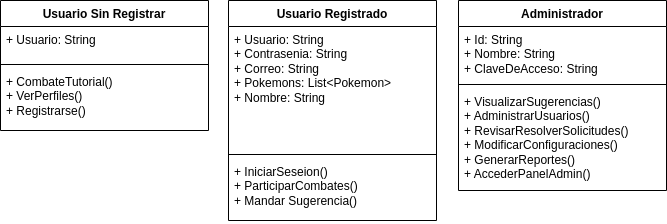
diego-febles-seoane/pk-game keeps this draw.io diagram as diagramas/Diagrama sin título.drawio.png. Above is the earlier version. Source tidied: cells renumbered, new cells last; positions are measured from the earlier drawing's top-left corner, leaving out a move shared by most shapes.
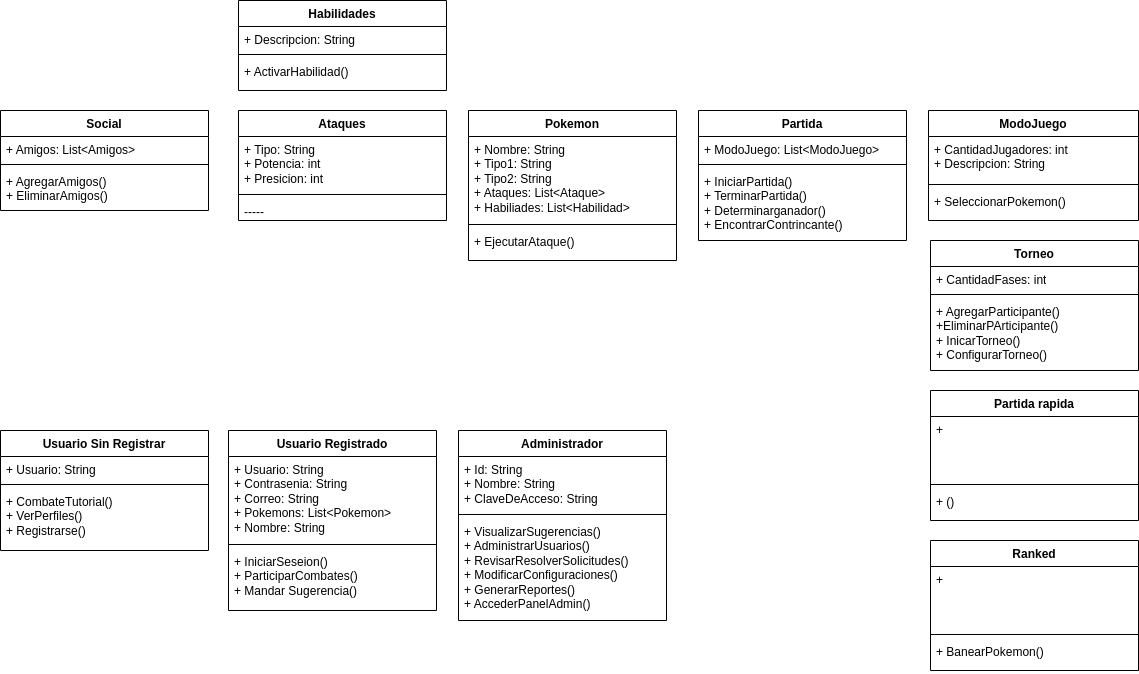
Later version of the same file.

Diff of the diagram source:
```diff
@@ -3,28 +3,28 @@
     <mxCell id="0" />
     <mxCell id="1" parent="0" />
     <mxCell id="2" value="Usuario Sin Registrar" style="swimlane;fontStyle=1;align=center;verticalAlign=top;horizontal=1;startSize=26;whiteSpace=wrap;html=1;" parent="1" vertex="1">
-      <mxGeometry width="208" height="130" as="geometry" />
+      <mxGeometry width="208" height="120" as="geometry" />
     </mxCell>
     <mxCell id="3" value="+ Usuario: String&lt;div&gt;&lt;br&gt;&lt;/div&gt;" style="text;strokeColor=none;fillColor=none;align=left;verticalAlign=top;spacingLeft=4;spacingRight=4;overflow=hidden;whiteSpace=wrap;html=1;" parent="2" vertex="1">
-      <mxGeometry y="26" width="208" height="34" as="geometry" />
+      <mxGeometry y="26" width="208" height="24" as="geometry" />
     </mxCell>
     <mxCell id="4" style="line;strokeWidth=1;fillColor=none;align=left;verticalAlign=middle;spacingTop=-1;spacingLeft=3;spacingRight=3;labelPosition=right;strokeColor=inherit;" parent="2" vertex="1">
-      <mxGeometry y="60" width="208" height="8" as="geometry" />
+      <mxGeometry y="50" width="208" height="8" as="geometry" />
     </mxCell>
     <mxCell id="5" value="+ CombateTutorial()&lt;div&gt;+ VerPerfiles()&lt;/div&gt;&lt;div&gt;+ Registrarse()&lt;/div&gt;" style="text;strokeColor=none;fillColor=none;align=left;verticalAlign=top;spacingLeft=4;spacingRight=4;overflow=hidden;whiteSpace=wrap;html=1;" parent="2" vertex="1">
-      <mxGeometry y="68" width="208" height="62" as="geometry" />
+      <mxGeometry y="58" width="208" height="62" as="geometry" />
     </mxCell>
     <mxCell id="6" value="Usuario Registrado" style="swimlane;fontStyle=1;align=center;verticalAlign=top;horizontal=1;startSize=26;whiteSpace=wrap;html=1;" parent="1" vertex="1">
-      <mxGeometry x="228" width="208" height="220" as="geometry" />
+      <mxGeometry x="228" width="208" height="180" as="geometry" />
     </mxCell>
-    <mxCell id="7" value="+ Usuario: String&lt;div&gt;+ Contrasenia: String&lt;/div&gt;&lt;div&gt;+ Correo: String&lt;/div&gt;&lt;div&gt;+ Pokemons: List&amp;lt;Pokemon&amp;gt;&lt;/div&gt;&lt;div&gt;+ Nombre: String&lt;/div&gt;" style="text;strokeColor=none;fillColor=none;align=left;verticalAlign=top;spacingLeft=4;spacingRight=4;overflow=hidden;whiteSpace=wrap;html=1;" parent="6" vertex="1">
-      <mxGeometry y="26" width="208" height="124" as="geometry" />
+    <mxCell id="7" value="+ Usuario: String&lt;div&gt;+ Contrasenia: String&lt;/div&gt;&lt;div&gt;+ Correo: String&lt;/div&gt;&lt;div&gt;+ Pokemons: List&amp;lt;Pokemon&amp;gt;&lt;/div&gt;&lt;div&gt;+ Nombre: String&lt;/div&gt;&lt;div&gt;&lt;br&gt;&lt;/div&gt;" style="text;strokeColor=none;fillColor=none;align=left;verticalAlign=top;spacingLeft=4;spacingRight=4;overflow=hidden;whiteSpace=wrap;html=1;" parent="6" vertex="1">
+      <mxGeometry y="26" width="208" height="84" as="geometry" />
     </mxCell>
     <mxCell id="8" style="line;strokeWidth=1;fillColor=none;align=left;verticalAlign=middle;spacingTop=-1;spacingLeft=3;spacingRight=3;labelPosition=right;strokeColor=inherit;" parent="6" vertex="1">
-      <mxGeometry y="150" width="208" height="8" as="geometry" />
+      <mxGeometry y="110" width="208" height="8" as="geometry" />
     </mxCell>
     <mxCell id="9" value="+ IniciarSeseion()&lt;div&gt;+ ParticiparCombates()&lt;/div&gt;&lt;div&gt;+ Mandar Sugerencia()&lt;/div&gt;&lt;div&gt;&lt;br&gt;&lt;/div&gt;&lt;div&gt;&lt;br&gt;&lt;/div&gt;" style="text;strokeColor=none;fillColor=none;align=left;verticalAlign=top;spacingLeft=4;spacingRight=4;overflow=hidden;whiteSpace=wrap;html=1;" parent="6" vertex="1">
-      <mxGeometry y="158" width="208" height="62" as="geometry" />
+      <mxGeometry y="118" width="208" height="62" as="geometry" />
     </mxCell>
     <mxCell id="10" value="Administrador" style="swimlane;fontStyle=1;align=center;verticalAlign=top;horizontal=1;startSize=26;whiteSpace=wrap;html=1;" parent="1" vertex="1">
       <mxGeometry x="458" width="208" height="190" as="geometry" />
@@ -38,5 +38,113 @@
     <mxCell id="13" value="+ VisualizarSugerencias()&lt;div&gt;+ AdministrarUsuarios()&lt;/div&gt;&lt;div&gt;+ RevisarResolverSolicitudes()&lt;/div&gt;&lt;div&gt;+ ModificarConfiguraciones()&lt;/div&gt;&lt;div&gt;+ GenerarReportes()&lt;/div&gt;&lt;div&gt;+ AccederPanelAdmin()&lt;/div&gt;&lt;div&gt;&lt;br&gt;&lt;/div&gt;&lt;div&gt;&lt;br&gt;&lt;/div&gt;" style="text;strokeColor=none;fillColor=none;align=left;verticalAlign=top;spacingLeft=4;spacingRight=4;overflow=hidden;whiteSpace=wrap;html=1;" parent="10" vertex="1">
       <mxGeometry y="88" width="208" height="102" as="geometry" />
     </mxCell>
+    <mxCell id="14" value="Pokemon" style="swimlane;fontStyle=1;align=center;verticalAlign=top;horizontal=1;startSize=26;whiteSpace=wrap;html=1;" parent="1" vertex="1">
+      <mxGeometry x="468" y="-320" width="208" height="150" as="geometry" />
+    </mxCell>
+    <mxCell id="15" value="+ Nombre: String&lt;div&gt;+ Tipo1: String&lt;/div&gt;&lt;div&gt;+ Tipo2: String&lt;/div&gt;&lt;div&gt;+ Ataques: List&amp;lt;Ataque&amp;gt;&lt;/div&gt;&lt;div&gt;+ Habiliades: List&amp;lt;Habilidad&amp;gt;&lt;/div&gt;" style="text;strokeColor=none;fillColor=none;align=left;verticalAlign=top;spacingLeft=4;spacingRight=4;overflow=hidden;whiteSpace=wrap;html=1;" parent="14" vertex="1">
+      <mxGeometry y="26" width="208" height="84" as="geometry" />
+    </mxCell>
+    <mxCell id="16" style="line;strokeWidth=1;fillColor=none;align=left;verticalAlign=middle;spacingTop=-1;spacingLeft=3;spacingRight=3;labelPosition=right;strokeColor=inherit;" parent="14" vertex="1">
+      <mxGeometry y="110" width="208" height="8" as="geometry" />
+    </mxCell>
+    <mxCell id="17" value="+ EjecutarAtaque()" style="text;strokeColor=none;fillColor=none;align=left;verticalAlign=top;spacingLeft=4;spacingRight=4;overflow=hidden;whiteSpace=wrap;html=1;" parent="14" vertex="1">
+      <mxGeometry y="118" width="208" height="32" as="geometry" />
+    </mxCell>
+    <mxCell id="18" value="Partida" style="swimlane;fontStyle=1;align=center;verticalAlign=top;horizontal=1;startSize=26;whiteSpace=wrap;html=1;" parent="1" vertex="1">
+      <mxGeometry x="698" y="-320" width="208" height="130" as="geometry" />
+    </mxCell>
+    <mxCell id="19" value="+ ModoJuego: List&amp;lt;ModoJuego&amp;gt;" style="text;strokeColor=none;fillColor=none;align=left;verticalAlign=top;spacingLeft=4;spacingRight=4;overflow=hidden;whiteSpace=wrap;html=1;" parent="18" vertex="1">
+      <mxGeometry y="26" width="208" height="24" as="geometry" />
+    </mxCell>
+    <mxCell id="20" style="line;strokeWidth=1;fillColor=none;align=left;verticalAlign=middle;spacingTop=-1;spacingLeft=3;spacingRight=3;labelPosition=right;strokeColor=inherit;" parent="18" vertex="1">
+      <mxGeometry y="50" width="208" height="8" as="geometry" />
+    </mxCell>
+    <mxCell id="21" value="+ IniciarPartida()&lt;div&gt;+ TerminarPartida()&lt;/div&gt;&lt;div&gt;+ Determinarganador()&lt;br&gt;+ EncontrarContrincante()&lt;/div&gt;" style="text;strokeColor=none;fillColor=none;align=left;verticalAlign=top;spacingLeft=4;spacingRight=4;overflow=hidden;whiteSpace=wrap;html=1;" parent="18" vertex="1">
+      <mxGeometry y="58" width="208" height="72" as="geometry" />
+    </mxCell>
+    <mxCell id="22" value="ModoJuego" style="swimlane;fontStyle=1;align=center;verticalAlign=top;horizontal=1;startSize=26;whiteSpace=wrap;html=1;" parent="1" vertex="1">
+      <mxGeometry x="928" y="-320" width="210" height="110" as="geometry" />
+    </mxCell>
+    <mxCell id="23" value="+ CantidadJugadores: int&lt;div&gt;+ Descripcion: String&lt;/div&gt;" style="text;strokeColor=none;fillColor=none;align=left;verticalAlign=top;spacingLeft=4;spacingRight=4;overflow=hidden;whiteSpace=wrap;html=1;" parent="22" vertex="1">
+      <mxGeometry y="26" width="210" height="44" as="geometry" />
+    </mxCell>
+    <mxCell id="24" style="line;strokeWidth=1;fillColor=none;align=left;verticalAlign=middle;spacingTop=-1;spacingLeft=3;spacingRight=3;labelPosition=right;strokeColor=inherit;" parent="22" vertex="1">
+      <mxGeometry y="70" width="210" height="8" as="geometry" />
+    </mxCell>
+    <mxCell id="25" value="+ SeleccionarPokemon()" style="text;strokeColor=none;fillColor=none;align=left;verticalAlign=top;spacingLeft=4;spacingRight=4;overflow=hidden;whiteSpace=wrap;html=1;" parent="22" vertex="1">
+      <mxGeometry y="78" width="210" height="32" as="geometry" />
+    </mxCell>
+    <mxCell id="26" value="Torneo" style="swimlane;fontStyle=1;align=center;verticalAlign=top;horizontal=1;startSize=26;whiteSpace=wrap;html=1;" parent="1" vertex="1">
+      <mxGeometry x="930" y="-190" width="208" height="130" as="geometry" />
+    </mxCell>
+    <mxCell id="27" value="+ CantidadFases: int" style="text;strokeColor=none;fillColor=none;align=left;verticalAlign=top;spacingLeft=4;spacingRight=4;overflow=hidden;whiteSpace=wrap;html=1;" parent="26" vertex="1">
+      <mxGeometry y="26" width="208" height="24" as="geometry" />
+    </mxCell>
+    <mxCell id="28" style="line;strokeWidth=1;fillColor=none;align=left;verticalAlign=middle;spacingTop=-1;spacingLeft=3;spacingRight=3;labelPosition=right;strokeColor=inherit;" parent="26" vertex="1">
+      <mxGeometry y="50" width="208" height="8" as="geometry" />
+    </mxCell>
+    <mxCell id="29" value="+ AgregarParticipante()&lt;div&gt;+EliminarPArticipante()&lt;br&gt;+ InicarTorneo()&lt;/div&gt;&lt;div&gt;+ ConfigurarTorneo()&lt;/div&gt;" style="text;strokeColor=none;fillColor=none;align=left;verticalAlign=top;spacingLeft=4;spacingRight=4;overflow=hidden;whiteSpace=wrap;html=1;" parent="26" vertex="1">
+      <mxGeometry y="58" width="208" height="72" as="geometry" />
+    </mxCell>
+    <mxCell id="30" value="Partida rapida" style="swimlane;fontStyle=1;align=center;verticalAlign=top;horizontal=1;startSize=26;whiteSpace=wrap;html=1;" parent="1" vertex="1">
+      <mxGeometry x="930" y="-40" width="208" height="130" as="geometry" />
+    </mxCell>
+    <mxCell id="31" value="+&amp;nbsp;" style="text;strokeColor=none;fillColor=none;align=left;verticalAlign=top;spacingLeft=4;spacingRight=4;overflow=hidden;whiteSpace=wrap;html=1;" parent="30" vertex="1">
+      <mxGeometry y="26" width="208" height="64" as="geometry" />
+    </mxCell>
+    <mxCell id="32" style="line;strokeWidth=1;fillColor=none;align=left;verticalAlign=middle;spacingTop=-1;spacingLeft=3;spacingRight=3;labelPosition=right;strokeColor=inherit;" parent="30" vertex="1">
+      <mxGeometry y="90" width="208" height="8" as="geometry" />
+    </mxCell>
+    <mxCell id="33" value="+ ()" style="text;strokeColor=none;fillColor=none;align=left;verticalAlign=top;spacingLeft=4;spacingRight=4;overflow=hidden;whiteSpace=wrap;html=1;" parent="30" vertex="1">
+      <mxGeometry y="98" width="208" height="32" as="geometry" />
+    </mxCell>
+    <mxCell id="34" value="Ranked" style="swimlane;fontStyle=1;align=center;verticalAlign=top;horizontal=1;startSize=26;whiteSpace=wrap;html=1;" parent="1" vertex="1">
+      <mxGeometry x="930" y="110" width="208" height="130" as="geometry" />
+    </mxCell>
+    <mxCell id="35" value="+" style="text;strokeColor=none;fillColor=none;align=left;verticalAlign=top;spacingLeft=4;spacingRight=4;overflow=hidden;whiteSpace=wrap;html=1;" parent="34" vertex="1">
+      <mxGeometry y="26" width="208" height="64" as="geometry" />
+    </mxCell>
+    <mxCell id="36" style="line;strokeWidth=1;fillColor=none;align=left;verticalAlign=middle;spacingTop=-1;spacingLeft=3;spacingRight=3;labelPosition=right;strokeColor=inherit;" parent="34" vertex="1">
+      <mxGeometry y="90" width="208" height="8" as="geometry" />
+    </mxCell>
+    <mxCell id="37" value="+ BanearPokemon()" style="text;strokeColor=none;fillColor=none;align=left;verticalAlign=top;spacingLeft=4;spacingRight=4;overflow=hidden;whiteSpace=wrap;html=1;" parent="34" vertex="1">
+      <mxGeometry y="98" width="208" height="32" as="geometry" />
+    </mxCell>
+    <mxCell id="38" value="Ataques" style="swimlane;fontStyle=1;align=center;verticalAlign=top;horizontal=1;startSize=26;whiteSpace=wrap;html=1;" parent="1" vertex="1">
+      <mxGeometry x="238" y="-320" width="208" height="110" as="geometry" />
+    </mxCell>
+    <mxCell id="39" value="+ Tipo: String&lt;div&gt;+ Potencia: int&lt;/div&gt;&lt;div&gt;+ Presicion: int&lt;/div&gt;" style="text;strokeColor=none;fillColor=none;align=left;verticalAlign=top;spacingLeft=4;spacingRight=4;overflow=hidden;whiteSpace=wrap;html=1;" parent="38" vertex="1">
+      <mxGeometry y="26" width="208" height="54" as="geometry" />
+    </mxCell>
+    <mxCell id="40" style="line;strokeWidth=1;fillColor=none;align=left;verticalAlign=middle;spacingTop=-1;spacingLeft=3;spacingRight=3;labelPosition=right;strokeColor=inherit;" parent="38" vertex="1">
+      <mxGeometry y="80" width="208" height="8" as="geometry" />
+    </mxCell>
+    <mxCell id="41" value="-----" style="text;strokeColor=none;fillColor=none;align=left;verticalAlign=top;spacingLeft=4;spacingRight=4;overflow=hidden;whiteSpace=wrap;html=1;" parent="38" vertex="1">
+      <mxGeometry y="88" width="208" height="22" as="geometry" />
+    </mxCell>
+    <mxCell id="42" value="Social" style="swimlane;fontStyle=1;align=center;verticalAlign=top;horizontal=1;startSize=26;whiteSpace=wrap;html=1;" parent="1" vertex="1">
+      <mxGeometry y="-320" width="208" height="100" as="geometry" />
+    </mxCell>
+    <mxCell id="43" value="+ Amigos: List&amp;lt;Amigos&amp;gt;" style="text;strokeColor=none;fillColor=none;align=left;verticalAlign=top;spacingLeft=4;spacingRight=4;overflow=hidden;whiteSpace=wrap;html=1;" parent="42" vertex="1">
+      <mxGeometry y="26" width="208" height="24" as="geometry" />
+    </mxCell>
+    <mxCell id="44" style="line;strokeWidth=1;fillColor=none;align=left;verticalAlign=middle;spacingTop=-1;spacingLeft=3;spacingRight=3;labelPosition=right;strokeColor=inherit;" parent="42" vertex="1">
+      <mxGeometry y="50" width="208" height="8" as="geometry" />
+    </mxCell>
+    <mxCell id="45" value="+ AgregarAmigos()&lt;div&gt;+ EliminarAmigos()&lt;/div&gt;" style="text;strokeColor=none;fillColor=none;align=left;verticalAlign=top;spacingLeft=4;spacingRight=4;overflow=hidden;whiteSpace=wrap;html=1;" parent="42" vertex="1">
+      <mxGeometry y="58" width="208" height="42" as="geometry" />
+    </mxCell>
+    <mxCell id="46" value="Habilidades" style="swimlane;fontStyle=1;align=center;verticalAlign=top;horizontal=1;startSize=26;whiteSpace=wrap;html=1;" parent="1" vertex="1">
+      <mxGeometry x="238" y="-430" width="208" height="90" as="geometry" />
+    </mxCell>
+    <mxCell id="47" value="+ Descripcion: String" style="text;strokeColor=none;fillColor=none;align=left;verticalAlign=top;spacingLeft=4;spacingRight=4;overflow=hidden;whiteSpace=wrap;html=1;" parent="46" vertex="1">
+      <mxGeometry y="26" width="208" height="24" as="geometry" />
+    </mxCell>
+    <mxCell id="48" style="line;strokeWidth=1;fillColor=none;align=left;verticalAlign=middle;spacingTop=-1;spacingLeft=3;spacingRight=3;labelPosition=right;strokeColor=inherit;" parent="46" vertex="1">
+      <mxGeometry y="50" width="208" height="8" as="geometry" />
+    </mxCell>
+    <mxCell id="49" value="+ ActivarHabilidad()" style="text;strokeColor=none;fillColor=none;align=left;verticalAlign=top;spacingLeft=4;spacingRight=4;overflow=hidden;whiteSpace=wrap;html=1;" parent="46" vertex="1">
+      <mxGeometry y="58" width="208" height="32" as="geometry" />
+    </mxCell>
   </root>
 </mxGraphModel>
```
